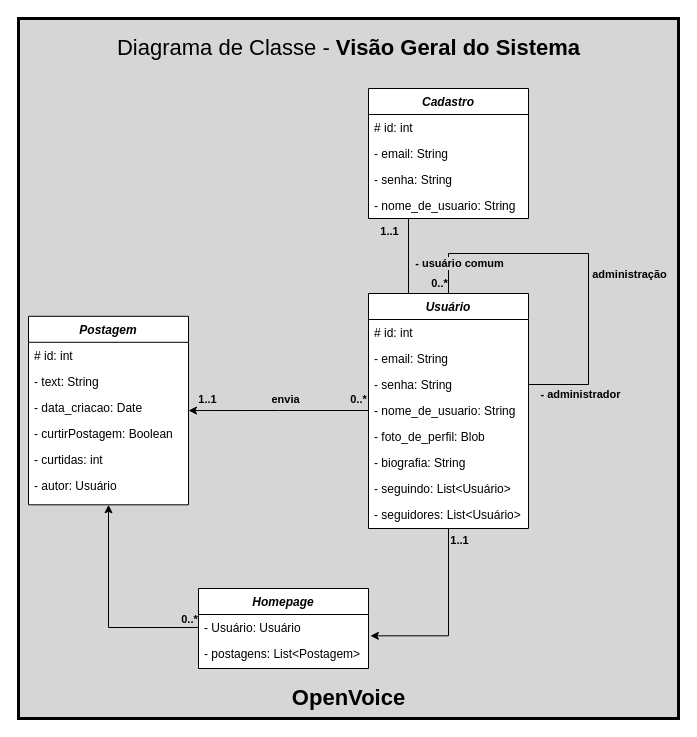
VerbalThree/OpenVoice keeps this draw.io diagram as misc/diagramas/Diagrama de Classe/Diagrama de Classe.drawio. Above is the earlier version. Source tidied: cells renumbered, new cells numbered last; positions are measured from the earlier drawing's top-left corner, leaving out a move shared by most shapes. Both pictures are drawn from the tidied source at 100%, with x=0, y=0 at pixel (18, 18).
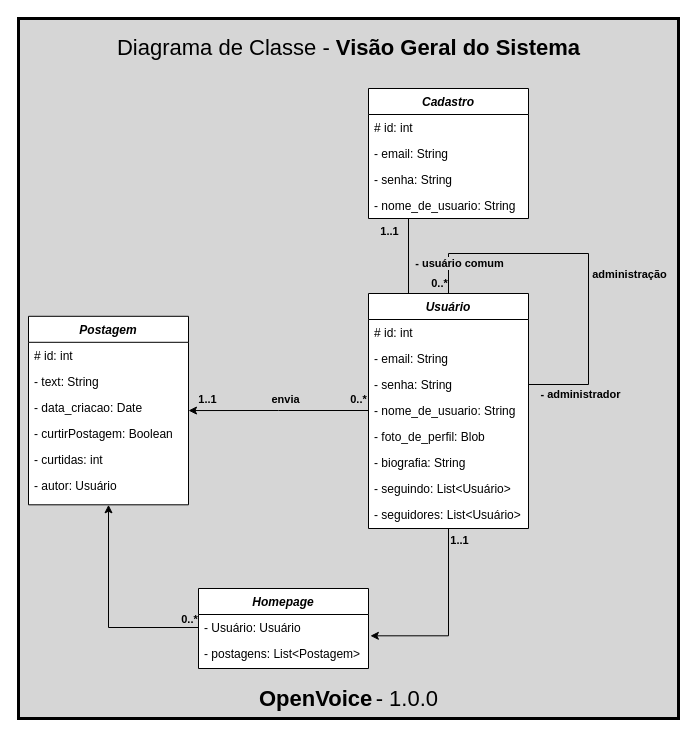
The same diagram, later.

What changed in the source:
```diff
@@
-    <mxCell id="14" value="&lt;b&gt;&lt;font style=&quot;font-size: 22px;&quot;&gt;OpenVoice&lt;/font&gt;&lt;/b&gt;" style="text;html=1;align=center;verticalAlign=middle;strokeColor=none;fillColor=none;" parent="1" vertex="1">
-      <mxGeometry x="260" y="660" width="140" height="40" as="geometry" />
+    <mxCell id="14" value="&lt;b&gt;&lt;font style=&quot;font-size: 22px;&quot;&gt;OpenVoice&lt;/font&gt;&lt;/b&gt; &lt;font style=&quot;font-size: 22px;&quot;&gt;- 1.0.0&lt;/font&gt;" style="text;html=1;align=center;verticalAlign=middle;strokeColor=none;fillColor=none;" parent="1" vertex="1">
+      <mxGeometry x="231" y="662" width="198" height="38" as="geometry" />
     </mxCell>
```
